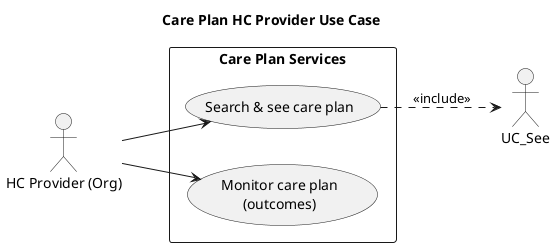
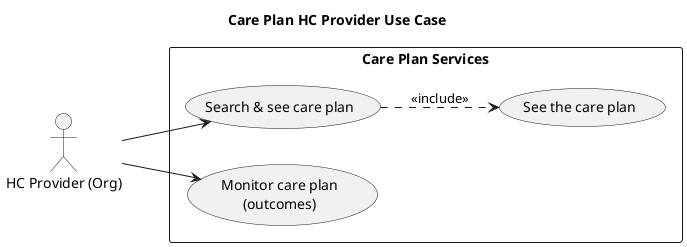
@startuml
title Care Plan HC Provider Use Case

left to right direction
skinparam packageStyle rectangle

actor "HC Provider (Org)" as ORG

rectangle "Care Plan Services" {
  usecase "Search & see care plan" as UC_View
  usecase "Monitor care plan\n(outcomes)" as UC_Monitor
+   usecase "See the care plan" as UC_See
}

ORG --> UC_View
ORG --> UC_Monitor

UC_View ..> UC_See    : <<include>>
@enduml
